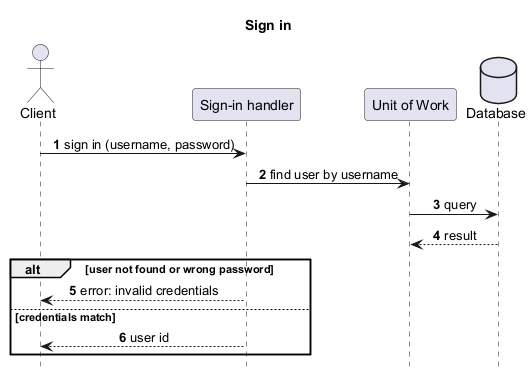
Earlier version of the PlantUML export design/services/app/sign_in_sequence.png (saleh1312/pdf_reader).
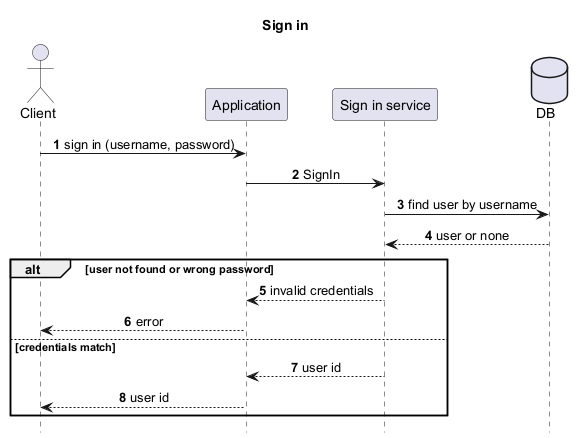
After the change.

Diff of the diagram source:
```diff
@@ -7,19 +7,21 @@
 autonumber
 
 actor Client
-participant "Sign-in handler" as H
-participant "Unit of Work" as UOW
-database "Database" as DB
+participant Application
+participant "Sign in service" as Service
+database DB
 
-Client -> H : sign in (username, password)
-H -> UOW : find user by username
-UOW -> DB : query
-DB --> UOW : result
+Client -> Application : sign in (username, password)
+Application -> Service : SignIn
+Service -> DB : find user by username
+DB --> Service : user or none
 
 alt user not found or wrong password
-  H --> Client : error: invalid credentials
+  Service --> Application : invalid credentials
+  Application --> Client : error
 else credentials match
-  H --> Client : user id
+  Service --> Application : user id
+  Application --> Client : user id
 end
 
 @enduml
```
